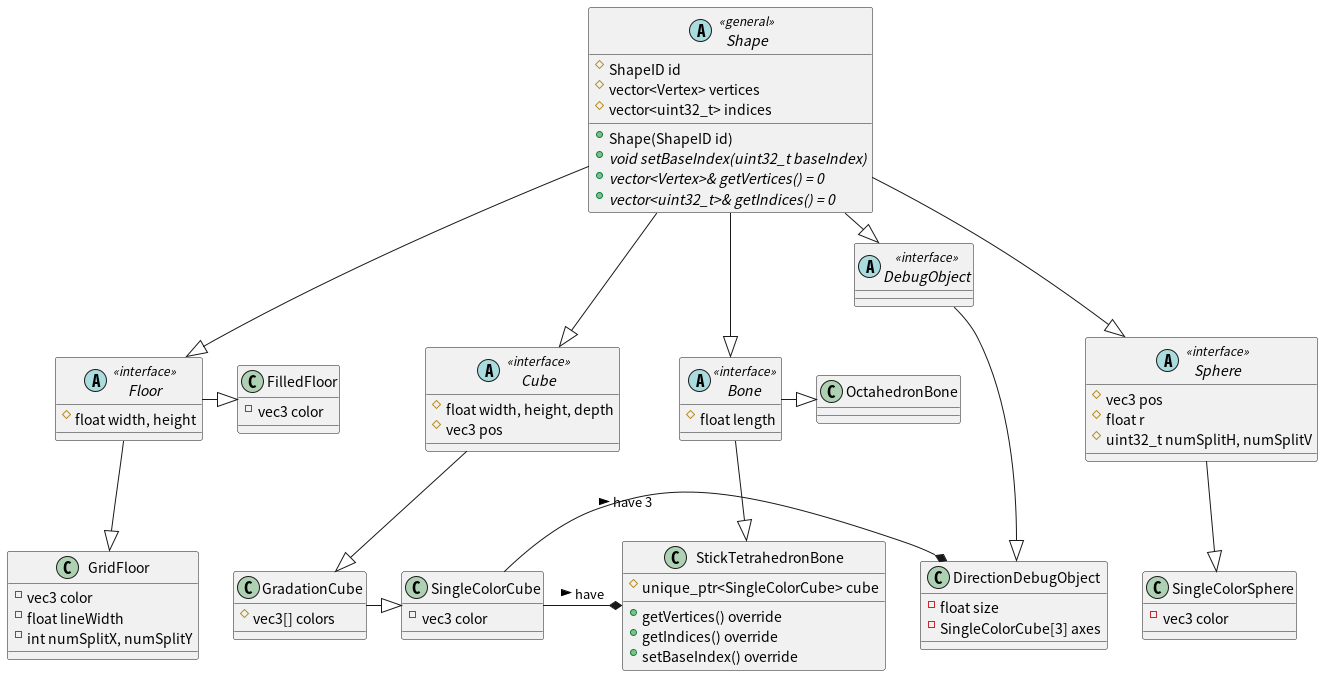
Before: uml/shapes.png, a diagram exported from PlantUML (ikulab/ikulab-motion-viewer).
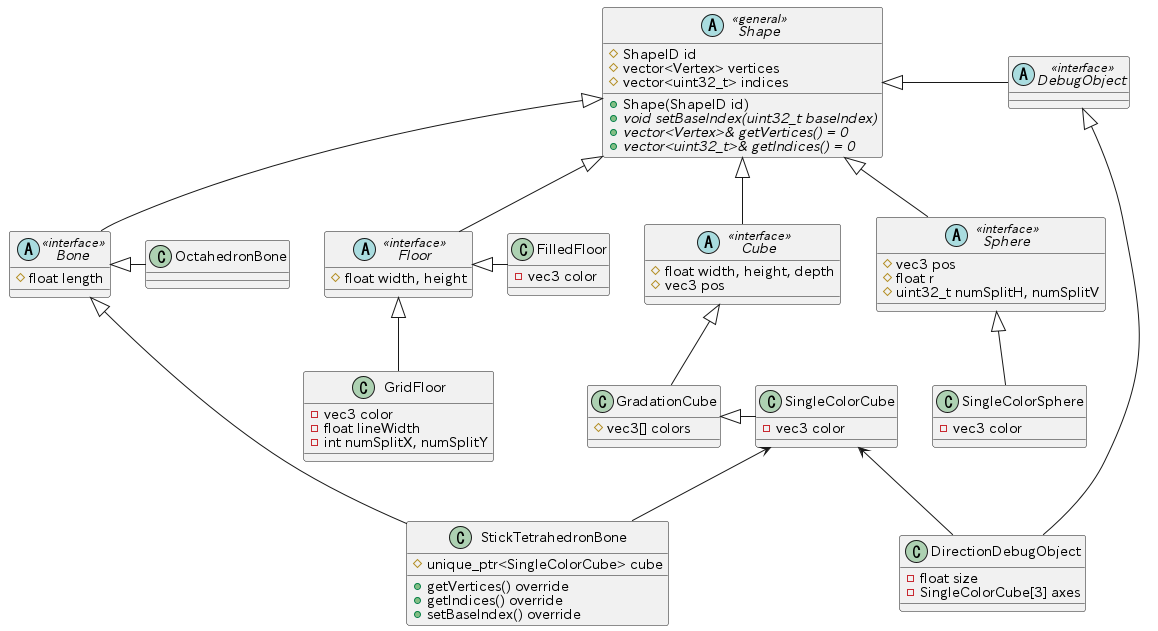
Later version of the same file.

Commit message:
fix: shapes uml arrows

Diff of the diagram source:
```diff
@@ -74,25 +74,25 @@
 	- SingleColorCube[3] axes
 }
 
-Shape --|> Cube
-Cube  --|> GradationCube
-GradationCube -|> SingleColorCube
+Shape <|-- Cube
+Cube  <|-- GradationCube
+GradationCube <|- SingleColorCube
 
-Shape --|> Bone
-Bone --|> StickTetrahedronBone
-Bone -|> OctahedronBone
+Shape <|-- Bone
+Bone <|-- StickTetrahedronBone
+Bone <|- OctahedronBone
 
-Shape --|> Sphere
-Sphere --|> SingleColorSphere
+Shape <|-- Sphere
+Sphere <|-- SingleColorSphere
 
-Shape --|> Floor
-Floor --|> GridFloor
-Floor -|> FilledFloor
+Shape <|-- Floor
+Floor <|-- GridFloor
+Floor <|- FilledFloor
 
-Shape -|> DebugObject
-DebugObject -|> DirectionDebugObject
+Shape <|- DebugObject
+DebugObject <|- DirectionDebugObject
 
-SingleColorCube -* StickTetrahedronBone : > have
-SingleColorCube -* DirectionDebugObject : > have 3
+SingleColorCube <-- StickTetrahedronBone
+SingleColorCube <-- DirectionDebugObject
 
 @enduml
```
